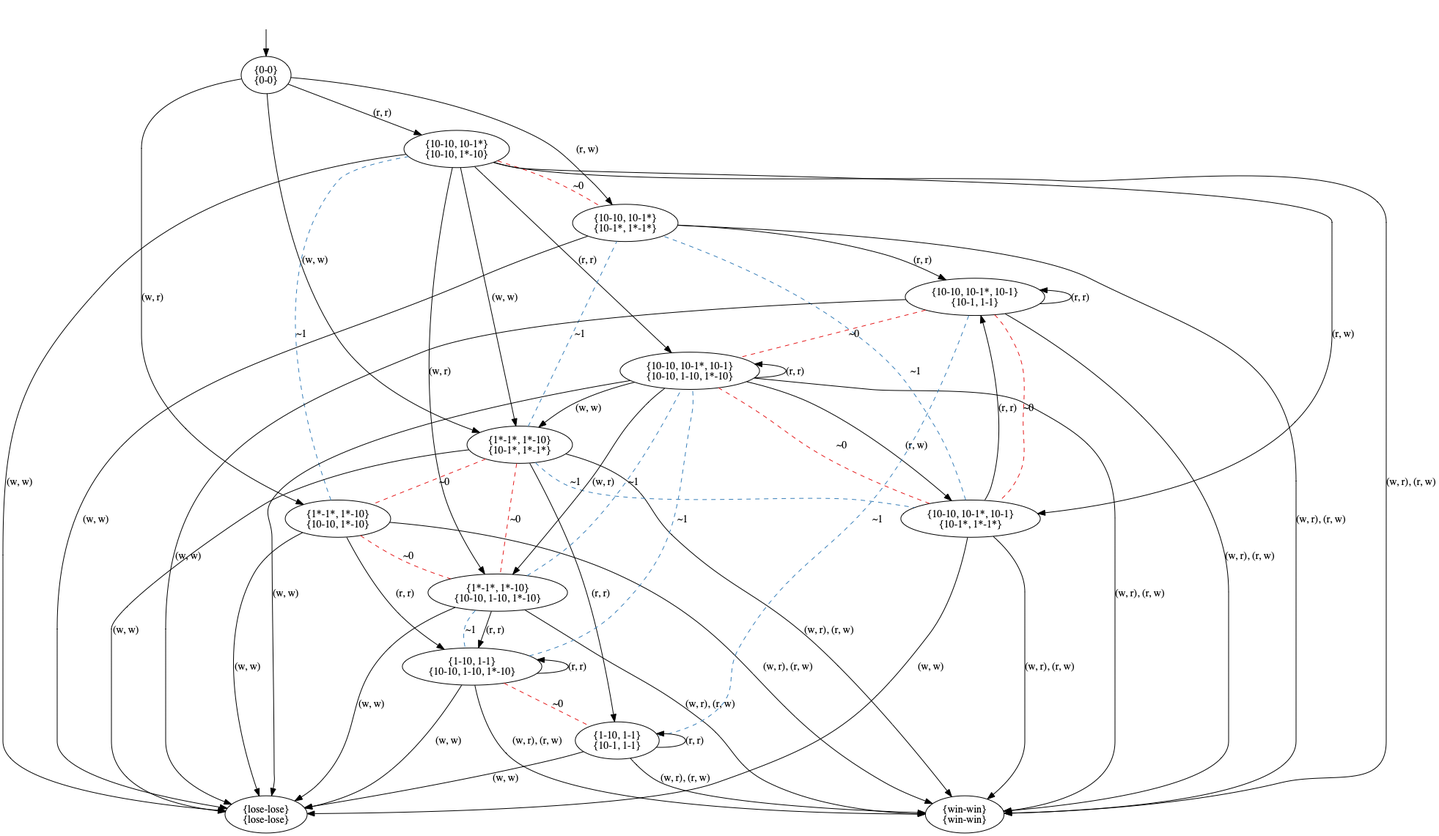
Before: pictures/GK2.png, a diagram exported from Graphviz (olandr/mkbsc). Its source is kept beside it as pictures/GK2.dot.
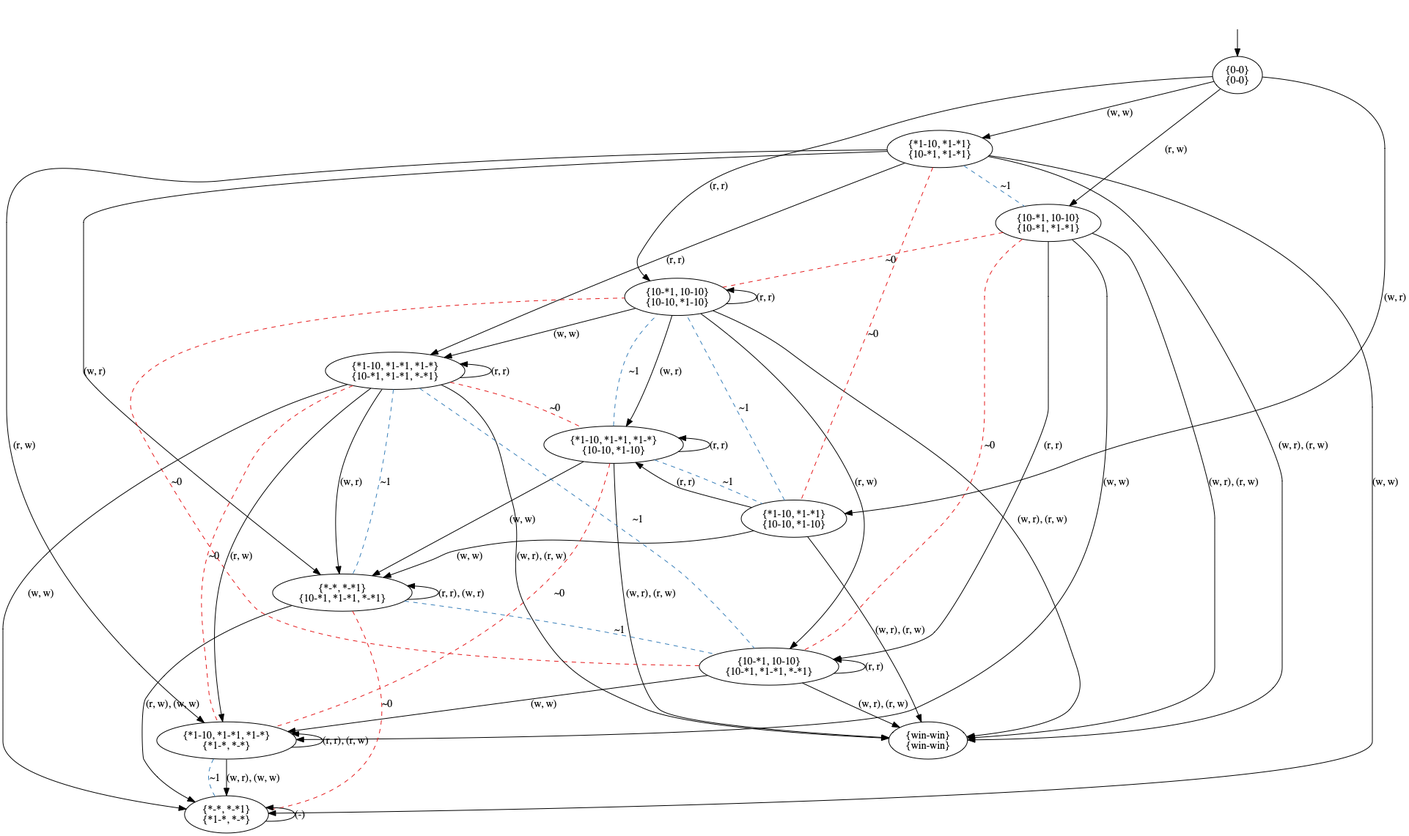
Later version of the same file.

What changed in the source:
```diff
@@ -3,75 +3,70 @@
 nodesep=0.5;
 ranksep=0.5;
 splines=True;
-4534619104 [label="{0-0}\n{0-0}"];
-4534619328 [label="{10-10, 10-1*}\n{10-10, 1*-10}"];
-4534619664 [label="{1*-1*, 1*-10}\n{10-10, 1*-10}"];
-4534620000 [label="{10-10, 10-1*}\n{10-1*, 1*-1*}"];
-4534627072 [label="{1*-1*, 1*-10}\n{10-1*, 1*-1*}"];
-4534626288 [label="{10-10, 10-1*, 10-1}\n{10-10, 1-10, 1*-10}"];
-4534624608 [label="{win-win}\n{win-win}"];
-4534625672 [label="{1*-1*, 1*-10}\n{10-10, 1-10, 1*-10}"];
-4534626008 [label="{10-10, 10-1*, 10-1}\n{10-1*, 1*-1*}"];
-4534624720 [label="{lose-lose}\n{lose-lose}"];
-4534624944 [label="{1-10, 1-1}\n{10-10, 1-10, 1*-10}"];
-4534625448 [label="{10-10, 10-1*, 10-1}\n{10-1, 1-1}"];
-4534626736 [label="{1-10, 1-1}\n{10-1, 1-1}"];
+4579909472 [label="{0-0}\n{0-0}"];
+4579909584 [label="{10-*1, 10-10}\n{10-10, *1-10}"];
+4579907008 [label="{*1-10, *1-*1}\n{10-10, *1-10}"];
+4579909024 [label="{10-*1, 10-10}\n{10-*1, *1-*1}"];
+4579907848 [label="{*1-10, *1-*1}\n{10-*1, *1-*1}"];
+4579908632 [label="{win-win}\n{win-win}"];
+4579907232 [label="{*1-10, *1-*1, *1-*}\n{10-10, *1-10}"];
+4579908800 [label="{10-*1, 10-10}\n{10-*1, *1-*1, *-*1}"];
+4579909136 [label="{*1-10, *1-*1, *1-*}\n{10-*1, *1-*1, *-*1}"];
+4579907512 [label="{*-*, *-*1}\n{10-*1, *1-*1, *-*1}"];
+4577150008 [label="{*1-10, *1-*1, *1-*}\n{*1-*, *-*}"];
+4579893824 [label="{*-*, *-*1}\n{*1-*, *-*}"];
 hidden [label="", shape=none];
-4534619104 -> 4534619328  [action="('r', 'r')", key="('r', 'r')", label="(r, r)"];
-4534619104 -> 4534619664  [action="('w', 'r')", key="('w', 'r')", label="(w, r)"];
-4534619104 -> 4534620000  [action="('r', 'w')", key="('r', 'w')", label="(r, w)"];
-4534619104 -> 4534627072  [action="('w', 'w')", key="('w', 'w')", label="(w, w)"];
-4534619328 -> 4534626288  [action="('r', 'r')", key="('r', 'r')", label="(r, r)"];
-4534619328 -> 4534625672  [action="('w', 'r')", key="('w', 'r')", label="(w, r)"];
-4534619328 -> 4534626008  [action="('r', 'w')", key="('r', 'w')", label="(r, w)"];
-4534619328 -> 4534627072  [action="('w', 'w')", key="('w', 'w')", label="(w, w)"];
-4534619328 -> 4534624720  [action="('w', 'w')", key="('w', 'w')", label="(w, w)"];
-4534619328 -> 4534624608  [action="(('w', 'r'), ('r', 'w'))", key="(('w', 'r'), ('r', 'w'))", label="(w, r), (r, w)"];
-4534619328 -> 4534620000  [arrowhead=none, color=1, colorscheme=set19, constraint=True, key=0, label="~0", style=dashed];
-4534619664 -> 4534624944  [action="('r', 'r')", key="('r', 'r')", label="(r, r)"];
-4534619664 -> 4534624720  [action="('w', 'w')", key="('w', 'w')", label="(w, w)"];
-4534619664 -> 4534624608  [action="(('w', 'r'), ('r', 'w'))", key="(('w', 'r'), ('r', 'w'))", label="(w, r), (r, w)"];
-4534619664 -> 4534625672  [arrowhead=none, color=1, colorscheme=set19, constraint=True, key=0, label="~0", style=dashed];
-4534619664 -> 4534619328  [arrowhead=none, color=2, colorscheme=set19, constraint=True, key=0, label="~1", style=dashed];
-4534620000 -> 4534625448  [action="('r', 'r')", key="('r', 'r')", label="(r, r)"];
-4534620000 -> 4534624720  [action="('w', 'w')", key="('w', 'w')", label="(w, w)"];
-4534620000 -> 4534624608  [action="(('w', 'r'), ('r', 'w'))", key="(('w', 'r'), ('r', 'w'))", label="(w, r), (r, w)"];
-4534627072 -> 4534626736  [action="('r', 'r')", key="('r', 'r')", label="(r, r)"];
-4534627072 -> 4534624720  [action="('w', 'w')", key="('w', 'w')", label="(w, w)"];
-4534627072 -> 4534624608  [action="(('w', 'r'), ('r', 'w'))", key="(('w', 'r'), ('r', 'w'))", label="(w, r), (r, w)"];
-4534627072 -> 4534619664  [arrowhead=none, color=1, colorscheme=set19, constraint=True, key=0, label="~0", style=dashed];
-4534627072 -> 4534625672  [arrowhead=none, color=1, colorscheme=set19, constraint=True, key=0, label="~0", style=dashed];
-4534627072 -> 4534626008  [arrowhead=none, color=2, colorscheme=set19, constraint=True, key=0, label="~1", style=dashed];
-4534627072 -> 4534620000  [arrowhead=none, color=2, colorscheme=set19, constraint=True, key=0, label="~1", style=dashed];
-4534626288 -> 4534626288  [action="('r', 'r')", dir=back, key="('r', 'r')", label="(r, r)"];
-4534626288 -> 4534625672  [action="('w', 'r')", key="('w', 'r')", label="(w, r)"];
-4534626288 -> 4534626008  [action="('r', 'w')", key="('r', 'w')", label="(r, w)"];
-4534626288 -> 4534627072  [action="('w', 'w')", key="('w', 'w')", label="(w, w)"];
-4534626288 -> 4534624720  [action="('w', 'w')", key="('w', 'w')", label="(w, w)"];
-4534626288 -> 4534624608  [action="(('w', 'r'), ('r', 'w'))", key="(('w', 'r'), ('r', 'w'))", label="(w, r), (r, w)"];
-4534625672 -> 4534624944  [action="('r', 'r')", key="('r', 'r')", label="(r, r)"];
-4534625672 -> 4534624944  [arrowhead=none, color=2, colorscheme=set19, constraint=True, key=1, label="~1", style=dashed];
-4534625672 -> 4534624720  [action="('w', 'w')", key="('w', 'w')", label="(w, w)"];
-4534625672 -> 4534624608  [action="(('w', 'r'), ('r', 'w'))", key="(('w', 'r'), ('r', 'w'))", label="(w, r), (r, w)"];
-4534625672 -> 4534626288  [arrowhead=none, color=2, colorscheme=set19, constraint=True, key=0, label="~1", style=dashed];
-4534626008 -> 4534625448  [action="('r', 'r')", key="('r', 'r')", label="(r, r)"];
-4534626008 -> 4534624720  [action="('w', 'w')", key="('w', 'w')", label="(w, w)"];
-4534626008 -> 4534624608  [action="(('w', 'r'), ('r', 'w'))", key="(('w', 'r'), ('r', 'w'))", label="(w, r), (r, w)"];
-4534626008 -> 4534626288  [arrowhead=none, color=1, colorscheme=set19, constraint=True, key=0, label="~0", style=dashed];
-4534626008 -> 4534620000  [arrowhead=none, color=2, colorscheme=set19, constraint=True, key=0, label="~1", style=dashed];
-4534624944 -> 4534624944  [action="('r', 'r')", dir=back, key="('r', 'r')", label="(r, r)"];
-4534624944 -> 4534624720  [action="('w', 'w')", key="('w', 'w')", label="(w, w)"];
-4534624944 -> 4534624608  [action="(('w', 'r'), ('r', 'w'))", key="(('w', 'r'), ('r', 'w'))", label="(w, r), (r, w)"];
-4534624944 -> 4534626736  [arrowhead=none, color=1, colorscheme=set19, constraint=True, key=0, label="~0", style=dashed];
-4534624944 -> 4534626288  [arrowhead=none, color=2, colorscheme=set19, constraint=True, key=0, label="~1", style=dashed];
-4534625448 -> 4534625448  [action="('r', 'r')", dir=back, key="('r', 'r')", label="(r, r)"];
-4534625448 -> 4534624720  [action="('w', 'w')", key="('w', 'w')", label="(w, w)"];
-4534625448 -> 4534624608  [action="(('w', 'r'), ('r', 'w'))", key="(('w', 'r'), ('r', 'w'))", label="(w, r), (r, w)"];
-4534625448 -> 4534626008  [arrowhead=none, color=1, colorscheme=set19, constraint=True, key=0, label="~0", style=dashed];
-4534625448 -> 4534626288  [arrowhead=none, color=1, colorscheme=set19, constraint=True, key=0, label="~0", style=dashed];
-4534625448 -> 4534626736  [arrowhead=none, color=2, colorscheme=set19, constraint=True, key=0, label="~1", style=dashed];
-4534626736 -> 4534626736  [action="('r', 'r')", dir=back, key="('r', 'r')", label="(r, r)"];
-4534626736 -> 4534624720  [action="('w', 'w')", key="('w', 'w')", label="(w, w)"];
-4534626736 -> 4534624608  [action="(('w', 'r'), ('r', 'w'))", key="(('w', 'r'), ('r', 'w'))", label="(w, r), (r, w)"];
-hidden -> 4534619104  [key=0];
+4579909472 -> 4579909584  [action="('r', 'r')", key="('r', 'r')", label="(r, r)"];
+4579909472 -> 4579907008  [action="('w', 'r')", key="('w', 'r')", label="(w, r)"];
+4579909472 -> 4579909024  [action="('r', 'w')", key="('r', 'w')", label="(r, w)"];
+4579909472 -> 4579907848  [action="('w', 'w')", key="('w', 'w')", label="(w, w)"];
+4579909584 -> 4579909584  [action="('r', 'r')", dir=back, key="('r', 'r')", label="(r, r)"];
+4579909584 -> 4579907232  [action="('w', 'r')", key="('w', 'r')", label="(w, r)"];
+4579909584 -> 4579908800  [action="('r', 'w')", key="('r', 'w')", label="(r, w)"];
+4579909584 -> 4579909136  [action="('w', 'w')", key="('w', 'w')", label="(w, w)"];
+4579909584 -> 4579908632  [action="(('w', 'r'), ('r', 'w'))", key="(('w', 'r'), ('r', 'w'))", label="(w, r), (r, w)"];
+4579907008 -> 4579907232  [action="('r', 'r')", key="('r', 'r')", label="(r, r)"];
+4579907008 -> 4579907512  [action="('w', 'w')", key="('w', 'w')", label="(w, w)"];
+4579907008 -> 4579908632  [action="(('w', 'r'), ('r', 'w'))", key="(('w', 'r'), ('r', 'w'))", label="(w, r), (r, w)"];
+4579907008 -> 4579909584  [arrowhead=none, color=2, colorscheme=set19, constraint=True, key=0, label="~1", style=dashed];
+4579909024 -> 4579908800  [action="('r', 'r')", key="('r', 'r')", label="(r, r)"];
+4579909024 -> 4579908800  [arrowhead=none, color=1, colorscheme=set19, constraint=True, key=1, label="~0", style=dashed];
+4579909024 -> 4577150008  [action="('w', 'w')", key="('w', 'w')", label="(w, w)"];
+4579909024 -> 4579908632  [action="(('w', 'r'), ('r', 'w'))", key="(('w', 'r'), ('r', 'w'))", label="(w, r), (r, w)"];
+4579909024 -> 4579909584  [arrowhead=none, color=1, colorscheme=set19, constraint=True, key=0, label="~0", style=dashed];
+4579907848 -> 4579909136  [action="('r', 'r')", key="('r', 'r')", label="(r, r)"];
+4579907848 -> 4579907512  [action="('w', 'r')", key="('w', 'r')", label="(w, r)"];
+4579907848 -> 4577150008  [action="('r', 'w')", key="('r', 'w')", label="(r, w)"];
+4579907848 -> 4579893824  [action="('w', 'w')", key="('w', 'w')", label="(w, w)"];
+4579907848 -> 4579908632  [action="(('w', 'r'), ('r', 'w'))", key="(('w', 'r'), ('r', 'w'))", label="(w, r), (r, w)"];
+4579907848 -> 4579907008  [arrowhead=none, color=1, colorscheme=set19, constraint=True, key=0, label="~0", style=dashed];
+4579907848 -> 4579909024  [arrowhead=none, color=2, colorscheme=set19, constraint=True, key=0, label="~1", style=dashed];
+4579907232 -> 4579907232  [action="('r', 'r')", dir=back, key="('r', 'r')", label="(r, r)"];
+4579907232 -> 4579907512  [action="('w', 'w')", key="('w', 'w')", label="(w, w)"];
+4579907232 -> 4579908632  [action="(('w', 'r'), ('r', 'w'))", key="(('w', 'r'), ('r', 'w'))", label="(w, r), (r, w)"];
+4579907232 -> 4577150008  [arrowhead=none, color=1, colorscheme=set19, constraint=True, key=0, label="~0", style=dashed];
+4579907232 -> 4579907008  [arrowhead=none, color=2, colorscheme=set19, constraint=True, key=0, label="~1", style=dashed];
+4579907232 -> 4579909584  [arrowhead=none, color=2, colorscheme=set19, constraint=True, key=0, label="~1", style=dashed];
+4579908800 -> 4579908800  [action="('r', 'r')", dir=back, key="('r', 'r')", label="(r, r)"];
+4579908800 -> 4577150008  [action="('w', 'w')", key="('w', 'w')", label="(w, w)"];
+4579908800 -> 4579908632  [action="(('w', 'r'), ('r', 'w'))", key="(('w', 'r'), ('r', 'w'))", label="(w, r), (r, w)"];
+4579908800 -> 4579909584  [arrowhead=none, color=1, colorscheme=set19, constraint=True, key=0, label="~0", style=dashed];
+4579909136 -> 4579909136  [action="('r', 'r')", dir=back, key="('r', 'r')", label="(r, r)"];
+4579909136 -> 4579907512  [action="('w', 'r')", key="('w', 'r')", label="(w, r)"];
+4579909136 -> 4579907512  [arrowhead=none, color=2, colorscheme=set19, constraint=True, key=1, label="~1", style=dashed];
+4579909136 -> 4577150008  [action="('r', 'w')", key="('r', 'w')", label="(r, w)"];
+4579909136 -> 4577150008  [arrowhead=none, color=1, colorscheme=set19, constraint=True, key=1, label="~0", style=dashed];
+4579909136 -> 4579893824  [action="('w', 'w')", key="('w', 'w')", label="(w, w)"];
+4579909136 -> 4579908632  [action="(('w', 'r'), ('r', 'w'))", key="(('w', 'r'), ('r', 'w'))", label="(w, r), (r, w)"];
+4579909136 -> 4579907232  [arrowhead=none, color=1, colorscheme=set19, constraint=True, key=0, label="~0", style=dashed];
+4579909136 -> 4579908800  [arrowhead=none, color=2, colorscheme=set19, constraint=True, key=0, label="~1", style=dashed];
+4579907512 -> 4579907512  [action="(('r', 'r'), ('w', 'r'))", dir=back, key="(('r', 'r'), ('w', 'r'))", label="(r, r), (w, r)"];
+4579907512 -> 4579893824  [action="(('r', 'w'), ('w', 'w'))", key="(('r', 'w'), ('w', 'w'))", label="(r, w), (w, w)"];
+4579907512 -> 4579893824  [arrowhead=none, color=1, colorscheme=set19, constraint=True, key=1, label="~0", style=dashed];
+4579907512 -> 4579908800  [arrowhead=none, color=2, colorscheme=set19, constraint=True, key=0, label="~1", style=dashed];
+4577150008 -> 4577150008  [action="(('r', 'r'), ('r', 'w'))", dir=back, key="(('r', 'r'), ('r', 'w'))", label="(r, r), (r, w)"];
+4577150008 -> 4579893824  [action="(('w', 'r'), ('w', 'w'))", key="(('w', 'r'), ('w', 'w'))", label="(w, r), (w, w)"];
+4577150008 -> 4579893824  [arrowhead=none, color=2, colorscheme=set19, constraint=True, key=1, label="~1", style=dashed];
+4579893824 -> 4579893824  [action="(('r', 'r'), ('w', 'r'), ('r', 'w'), ('w', 'w'))", dir=back, key="(('r', 'r'), ('w', 'r'), ('r', 'w'), ('w', 'w'))", label="(-)"];
+hidden -> 4579909472  [key=0];
 }
```
